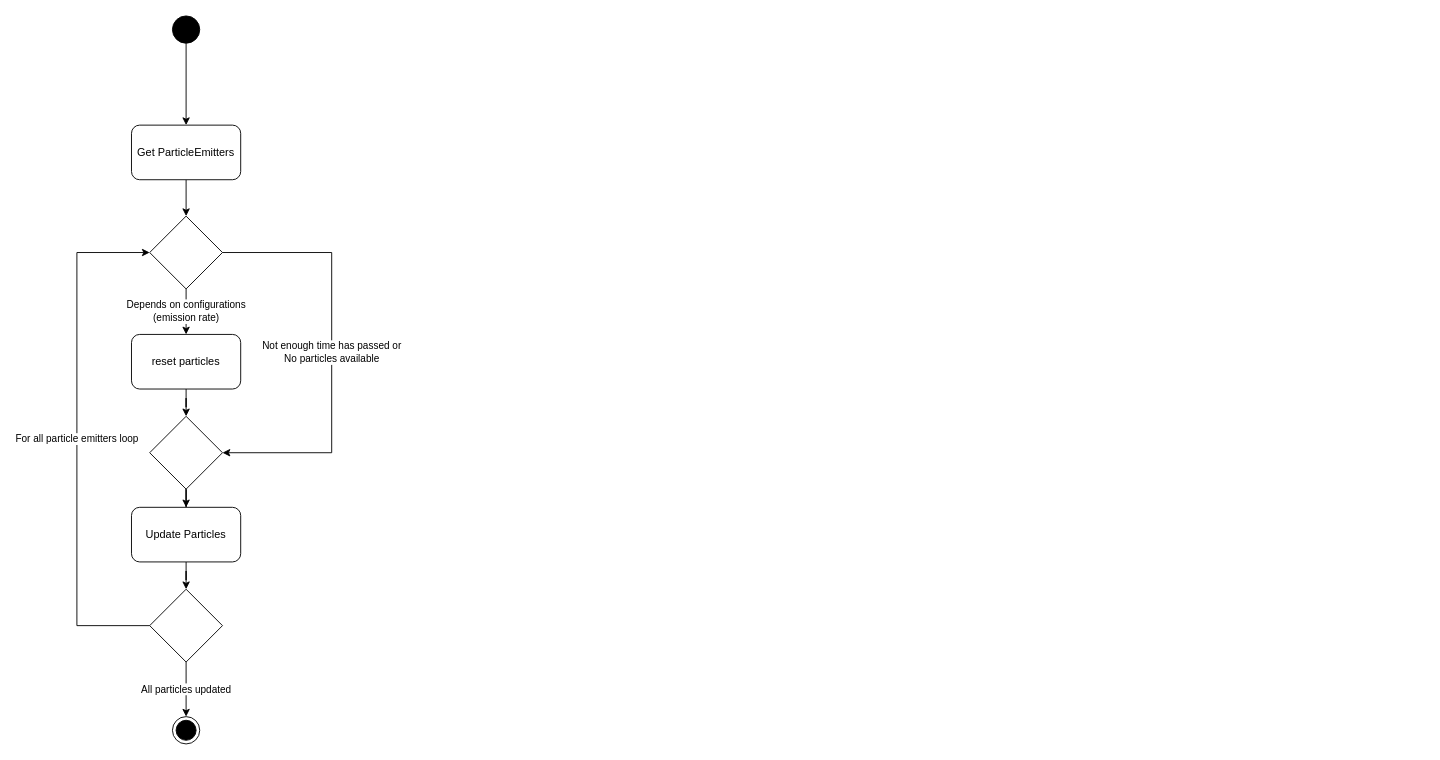
This is page "Particle System" (7 of 14) of figs.drawio from lonkaars/crepe-docs, a draw.io file, before an edit. Source tidied: cells renumbered, new cells numbered last; positions are measured from the earlier drawing's top-left corner, leaving out a move shared by most shapes. Both pictures are drawn from the tidied source at 91%, with x=0, y=0 at pixel (76, 15).
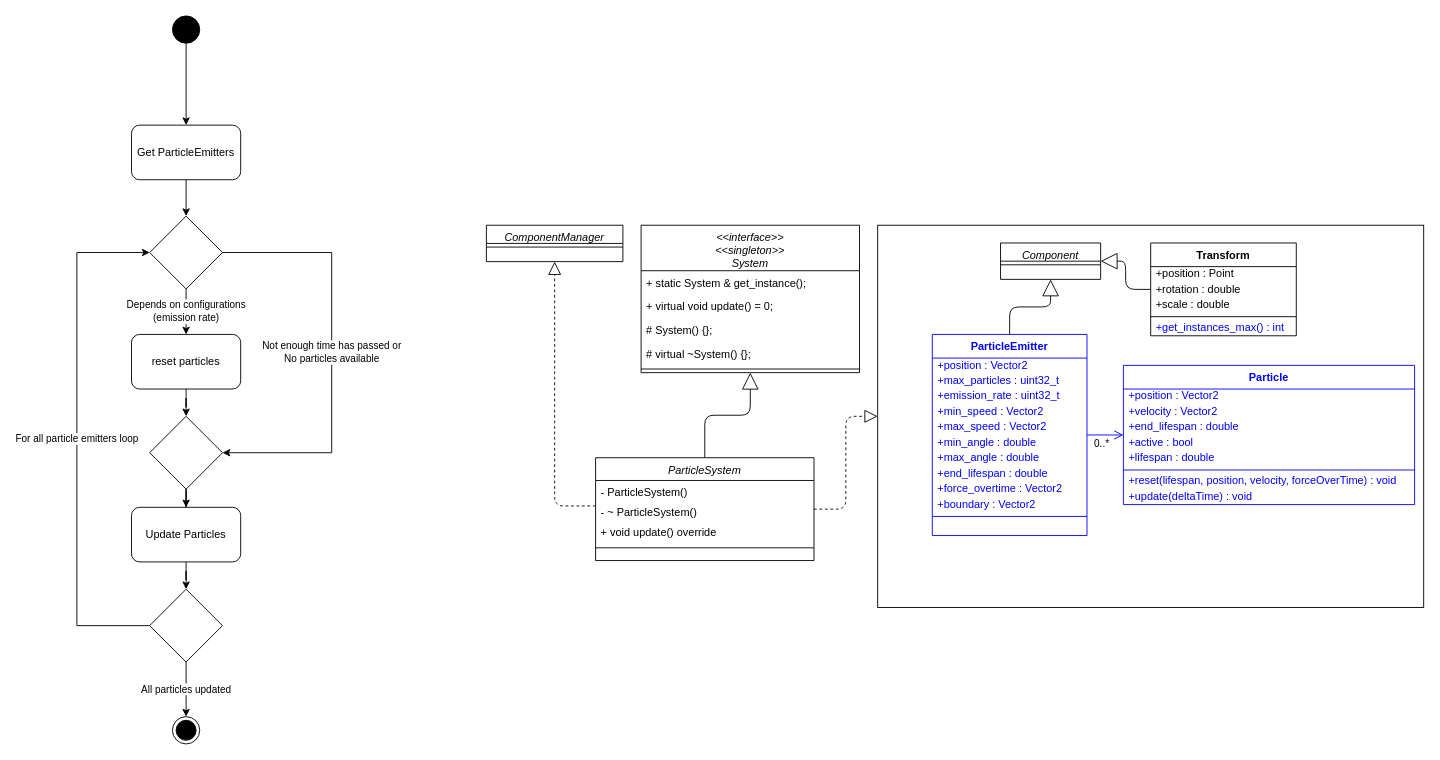
The same diagram, later.

Change to the diagram source:
```diff
@@
+    <mxCell id="19" style="rounded=0;whiteSpace=wrap;html=1;fillColor=none;" parent="1" vertex="1">
+      <mxGeometry x="880" y="230" width="600" height="420" as="geometry" />
+    </mxCell>
+    <mxCell id="20" value="ParticleSystem" style="swimlane;fontStyle=2;align=center;verticalAlign=top;horizontal=1;startSize=25;rounded=0;shadow=0;strokeWidth=1;" parent="1" vertex="1">
+      <mxGeometry x="570" y="485.5" width="240" height="113" as="geometry" />
+    </mxCell>
+    <mxCell id="21" value="- ParticleSystem()" style="text;align=left;verticalAlign=top;spacingLeft=4;spacingRight=4;overflow=hidden;" parent="20" vertex="1">
+      <mxGeometry y="25" width="240" height="22" as="geometry" />
+    </mxCell>
+    <mxCell id="22" value="- ~ ParticleSystem()" style="text;align=left;verticalAlign=top;spacingLeft=4;spacingRight=4;overflow=hidden;" parent="20" vertex="1">
+      <mxGeometry y="47" width="240" height="22" as="geometry" />
+    </mxCell>
+    <mxCell id="23" value="+ void update() override" style="text;align=left;verticalAlign=top;spacingLeft=4;spacingRight=4;overflow=hidden;rounded=0;shadow=0;html=0;" parent="20" vertex="1">
+      <mxGeometry y="69" width="240" height="26" as="geometry" />
+    </mxCell>
+    <mxCell id="24" style="line;html=1;strokeWidth=1;align=left;verticalAlign=middle;spacingTop=-1;spacingLeft=3;spacingRight=3;labelPosition=right;" parent="20" vertex="1">
+      <mxGeometry y="95" width="240" height="8" as="geometry" />
+    </mxCell>
+    <mxCell id="25" value="&lt;&lt;interface&gt;&gt;&#10;&lt;&lt;singleton&gt;&gt;&#10;System" style="swimlane;fontStyle=2;align=center;verticalAlign=top;horizontal=1;startSize=50;rounded=0;shadow=0;strokeWidth=1;" parent="1" vertex="1">
+      <mxGeometry x="620" y="230" width="240" height="162" as="geometry" />
+    </mxCell>
+    <mxCell id="26" value="+ static System &amp; get_instance();" style="text;align=left;verticalAlign=top;spacingLeft=4;spacingRight=4;overflow=hidden;rounded=0;shadow=0;html=0;" parent="25" vertex="1">
+      <mxGeometry y="50" width="240" height="26" as="geometry" />
+    </mxCell>
+    <mxCell id="27" value="+ virtual void update() = 0;&#10;" style="text;align=left;verticalAlign=top;spacingLeft=4;spacingRight=4;overflow=hidden;rounded=0;shadow=0;html=0;" parent="25" vertex="1">
+      <mxGeometry y="76" width="240" height="26" as="geometry" />
+    </mxCell>
+    <mxCell id="28" value="# System() {};&#10;" style="text;align=left;verticalAlign=top;spacingLeft=4;spacingRight=4;overflow=hidden;rounded=0;shadow=0;html=0;" parent="25" vertex="1">
+      <mxGeometry y="102" width="240" height="26" as="geometry" />
+    </mxCell>
+    <mxCell id="29" value="# virtual ~System() {};&#10;" style="text;align=left;verticalAlign=top;spacingLeft=4;spacingRight=4;overflow=hidden;rounded=0;shadow=0;html=0;" parent="25" vertex="1">
+      <mxGeometry y="128" width="240" height="26" as="geometry" />
+    </mxCell>
+    <mxCell id="30" style="line;html=1;strokeWidth=1;align=left;verticalAlign=middle;spacingTop=-1;spacingLeft=3;spacingRight=3;labelPosition=right;" parent="25" vertex="1">
+      <mxGeometry y="154" width="240" height="8" as="geometry" />
+    </mxCell>
+    <mxCell id="31" style="endArrow=block;endSize=16;endFill=0;html=1;edgeStyle=orthogonalEdgeStyle;" parent="1" edge="1" source="20" target="25">
+      <mxGeometry relative="1" as="geometry" />
+    </mxCell>
+    <mxCell id="32" value="Component" style="swimlane;fontStyle=2;align=center;verticalAlign=top;horizontal=1;startSize=20;rounded=0;shadow=0;strokeWidth=1;" parent="1" vertex="1">
+      <mxGeometry x="1015" y="249.5" width="110" height="40" as="geometry" />
+    </mxCell>
+    <mxCell id="33" style="line;html=1;strokeWidth=1;align=left;verticalAlign=middle;spacingTop=-1;spacingLeft=3;spacingRight=3;labelPosition=right;" parent="32" vertex="1">
+      <mxGeometry y="20" width="110" height="8" as="geometry" />
+    </mxCell>
+    <mxCell id="34" value="ComponentManager" style="swimlane;fontStyle=2;align=center;verticalAlign=top;horizontal=1;startSize=20;rounded=0;shadow=0;strokeWidth=1;" parent="1" vertex="1">
+      <mxGeometry x="450" y="230" width="150" height="40" as="geometry" />
+    </mxCell>
+    <mxCell id="35" style="line;html=1;strokeWidth=1;align=left;verticalAlign=middle;spacingTop=-1;spacingLeft=3;spacingRight=3;labelPosition=right;" parent="34" vertex="1">
+      <mxGeometry y="20" width="150" height="8" as="geometry" />
+    </mxCell>
+    <mxCell id="36" style="endArrow=block;dashed=1;endFill=0;endSize=12;html=1;edgeStyle=orthogonalEdgeStyle;" parent="1" edge="1" source="20" target="34">
+      <mxGeometry relative="1" as="geometry">
+        <Array as="points">
+          <mxPoint x="525" y="538.5" />
+        </Array>
+      </mxGeometry>
+    </mxCell>
+    <mxCell id="37" value="Transform" style="swimlane;fontStyle=1;align=center;verticalAlign=top;horizontal=1;startSize=26;rounded=0;shadow=0;strokeWidth=1;direction=east;" parent="1" vertex="1">
+      <mxGeometry x="1180" y="249.5" width="160" height="102" as="geometry" />
+    </mxCell>
+    <mxCell id="38" value="+position : Point" style="text;align=left;verticalAlign=bottom;spacingLeft=4;spacingRight=4;overflow=hidden;rounded=0;shadow=0;html=0;strokeWidth=1;horizontal=1;" parent="37" vertex="1">
+      <mxGeometry y="26" width="160" height="17" as="geometry" />
+    </mxCell>
+    <mxCell id="39" value="+rotation : double" style="text;align=left;verticalAlign=bottom;spacingLeft=4;spacingRight=4;overflow=hidden;rounded=0;shadow=0;html=0;strokeWidth=1;horizontal=1;" parent="37" vertex="1">
+      <mxGeometry y="43" width="160" height="17" as="geometry" />
+    </mxCell>
+    <mxCell id="40" value="+scale : double" style="text;align=left;verticalAlign=bottom;spacingLeft=4;spacingRight=4;overflow=hidden;rounded=0;shadow=0;html=0;strokeWidth=1;horizontal=1;" parent="37" vertex="1">
+      <mxGeometry y="60" width="160" height="17" as="geometry" />
+    </mxCell>
+    <mxCell id="41" style="line;html=1;strokeWidth=1;align=left;verticalAlign=middle;spacingTop=-1;spacingLeft=3;spacingRight=3;labelPosition=right;fontSize=12;perimeterSpacing=0;verticalLabelPosition=middle;" parent="37" vertex="1">
+      <mxGeometry y="77" width="160" height="8" as="geometry" />
+    </mxCell>
+    <mxCell id="42" value="+get_instances_max() : int" style="text;align=left;verticalAlign=bottom;spacingLeft=4;spacingRight=4;overflow=hidden;rounded=0;shadow=0;html=0;strokeWidth=1;horizontal=1;fontColor=#0000FF;" parent="37" vertex="1">
+      <mxGeometry y="85" width="160" height="17" as="geometry" />
+    </mxCell>
+    <mxCell id="43" style="endArrow=block;endSize=16;endFill=0;html=1;edgeStyle=orthogonalEdgeStyle;" parent="1" edge="1" source="45" target="32">
+      <mxGeometry relative="1" as="geometry" />
+    </mxCell>
+    <mxCell id="44" style="endArrow=block;dashed=1;endFill=0;endSize=12;html=1;edgeStyle=orthogonalEdgeStyle;" parent="1" edge="1" source="20" target="19">
+      <mxGeometry relative="1" as="geometry" />
+    </mxCell>
+    <mxCell id="45" value="ParticleEmitter" style="swimlane;fontStyle=1;align=center;verticalAlign=top;horizontal=1;startSize=26;rounded=0;shadow=0;strokeWidth=1;direction=east;strokeColor=#0000FF;fontColor=#0000FF;" parent="1" vertex="1">
+      <mxGeometry x="940" y="350" width="170" height="221" as="geometry" />
+    </mxCell>
+    <mxCell id="46" value="+position : Vector2" style="text;align=left;verticalAlign=bottom;spacingLeft=4;spacingRight=4;overflow=hidden;rounded=0;shadow=0;html=0;strokeWidth=1;horizontal=1;fontColor=#0000FF;" parent="45" vertex="1">
+      <mxGeometry y="26" width="170" height="17" as="geometry" />
+    </mxCell>
+    <mxCell id="47" value="+max_particles : uint32_t" style="text;align=left;verticalAlign=bottom;spacingLeft=4;spacingRight=4;overflow=hidden;rounded=0;shadow=0;html=0;strokeWidth=1;horizontal=1;fontColor=#0000FF;" parent="45" vertex="1">
+      <mxGeometry y="43" width="170" height="17" as="geometry" />
+    </mxCell>
+    <mxCell id="48" value="+emission_rate : uint32_t" style="text;align=left;verticalAlign=bottom;spacingLeft=4;spacingRight=4;overflow=hidden;rounded=0;shadow=0;html=0;strokeWidth=1;horizontal=1;fontColor=#0000FF;" parent="45" vertex="1">
+      <mxGeometry y="60" width="170" height="17" as="geometry" />
+    </mxCell>
+    <mxCell id="49" value="+min_speed : Vector2" style="text;align=left;verticalAlign=bottom;spacingLeft=4;spacingRight=4;overflow=hidden;rounded=0;shadow=0;html=0;strokeWidth=1;horizontal=1;fontColor=#0000FF;" parent="45" vertex="1">
+      <mxGeometry y="77" width="170" height="17" as="geometry" />
+    </mxCell>
+    <mxCell id="50" value="+max_speed : Vector2" style="text;align=left;verticalAlign=bottom;spacingLeft=4;spacingRight=4;overflow=hidden;rounded=0;shadow=0;html=0;strokeWidth=1;horizontal=1;fontColor=#0000FF;" parent="45" vertex="1">
+      <mxGeometry y="94" width="170" height="17" as="geometry" />
+    </mxCell>
+    <mxCell id="51" value="+min_angle : double" style="text;align=left;verticalAlign=bottom;spacingLeft=4;spacingRight=4;overflow=hidden;rounded=0;shadow=0;html=0;strokeWidth=1;horizontal=1;fontColor=#0000FF;" parent="45" vertex="1">
+      <mxGeometry y="111" width="170" height="17" as="geometry" />
+    </mxCell>
+    <mxCell id="52" value="+max_angle : double" style="text;align=left;verticalAlign=bottom;spacingLeft=4;spacingRight=4;overflow=hidden;rounded=0;shadow=0;html=0;strokeWidth=1;horizontal=1;fontColor=#0000FF;" parent="45" vertex="1">
+      <mxGeometry y="128" width="170" height="17" as="geometry" />
+    </mxCell>
+    <mxCell id="53" value="+end_lifespan : double" style="text;align=left;verticalAlign=bottom;spacingLeft=4;spacingRight=4;overflow=hidden;rounded=0;shadow=0;html=0;strokeWidth=1;horizontal=1;fontColor=#0000FF;" parent="45" vertex="1">
+      <mxGeometry y="145" width="170" height="17" as="geometry" />
+    </mxCell>
+    <mxCell id="54" value="+force_overtime : Vector2" style="text;align=left;verticalAlign=bottom;spacingLeft=4;spacingRight=4;overflow=hidden;rounded=0;shadow=0;html=0;strokeWidth=1;horizontal=1;fontColor=#0000FF;" parent="45" vertex="1">
+      <mxGeometry y="162" width="170" height="17" as="geometry" />
+    </mxCell>
+    <mxCell id="55" value="+boundary : Vector2" style="text;align=left;verticalAlign=bottom;spacingLeft=4;spacingRight=4;overflow=hidden;rounded=0;shadow=0;html=0;strokeWidth=1;horizontal=1;fontColor=#0000FF;" parent="45" vertex="1">
+      <mxGeometry y="179" width="170" height="17" as="geometry" />
+    </mxCell>
+    <mxCell id="56" style="line;html=1;strokeWidth=1;align=left;verticalAlign=middle;spacingTop=-1;spacingLeft=3;spacingRight=3;labelPosition=right;fontSize=12;perimeterSpacing=0;verticalLabelPosition=middle;fontColor=#0000FF;strokeColor=#0000FF;" parent="45" vertex="1">
+      <mxGeometry y="196" width="170" height="8" as="geometry" />
+    </mxCell>
+    <mxCell id="57" style="text;align=left;verticalAlign=bottom;spacingLeft=4;spacingRight=4;overflow=hidden;rounded=0;shadow=0;html=0;strokeWidth=1;horizontal=1;fontColor=#000000;" parent="45" vertex="1">
+      <mxGeometry y="204" width="170" height="17" as="geometry" />
+    </mxCell>
+    <mxCell id="58" value="Particle" style="swimlane;fontStyle=1;align=center;verticalAlign=top;horizontal=1;startSize=26;rounded=0;shadow=0;strokeWidth=1;direction=east;strokeColor=#0000FF;fontColor=#0000FF;" parent="1" vertex="1">
+      <mxGeometry x="1150" y="384" width="320" height="153" as="geometry" />
+    </mxCell>
+    <mxCell id="59" value="+position : Vector2" style="text;align=left;verticalAlign=bottom;spacingLeft=4;spacingRight=4;overflow=hidden;rounded=0;shadow=0;html=0;strokeWidth=1;horizontal=1;fontColor=#0000FF;" parent="58" vertex="1">
+      <mxGeometry y="26" width="320" height="17" as="geometry" />
+    </mxCell>
+    <mxCell id="60" value="+velocity : Vector2" style="text;align=left;verticalAlign=bottom;spacingLeft=4;spacingRight=4;overflow=hidden;rounded=0;shadow=0;html=0;strokeWidth=1;horizontal=1;fontColor=#0000FF;" parent="58" vertex="1">
+      <mxGeometry y="43" width="320" height="17" as="geometry" />
+    </mxCell>
+    <mxCell id="61" value="+end_lifespan : double" style="text;align=left;verticalAlign=bottom;spacingLeft=4;spacingRight=4;overflow=hidden;rounded=0;shadow=0;html=0;strokeWidth=1;horizontal=1;fontColor=#0000FF;" parent="58" vertex="1">
+      <mxGeometry y="60" width="320" height="17" as="geometry" />
+    </mxCell>
+    <mxCell id="62" value="+active : bool" style="text;align=left;verticalAlign=bottom;spacingLeft=4;spacingRight=4;overflow=hidden;rounded=0;shadow=0;html=0;strokeWidth=1;horizontal=1;fontColor=#0000FF;" parent="58" vertex="1">
+      <mxGeometry y="77" width="320" height="17" as="geometry" />
+    </mxCell>
+    <mxCell id="63" value="+lifespan : double" style="text;align=left;verticalAlign=bottom;spacingLeft=4;spacingRight=4;overflow=hidden;rounded=0;shadow=0;html=0;strokeWidth=1;horizontal=1;fontColor=#0000FF;" parent="58" vertex="1">
+      <mxGeometry y="94" width="320" height="17" as="geometry" />
+    </mxCell>
+    <mxCell id="64" style="line;html=1;strokeWidth=1;align=left;verticalAlign=middle;spacingTop=-1;spacingLeft=3;spacingRight=3;labelPosition=right;fontSize=12;perimeterSpacing=0;verticalLabelPosition=middle;fontColor=#0000FF;strokeColor=#0000FF;" parent="58" vertex="1">
+      <mxGeometry y="111" width="320" height="8" as="geometry" />
+    </mxCell>
+    <mxCell id="65" value="+reset(lifespan, position, velocity, forceOverTime) : void" style="text;align=left;verticalAlign=bottom;spacingLeft=4;spacingRight=4;overflow=hidden;rounded=0;shadow=0;html=0;strokeWidth=1;horizontal=1;fontColor=#0000FF;" parent="58" vertex="1">
+      <mxGeometry y="119" width="320" height="17" as="geometry" />
+    </mxCell>
+    <mxCell id="66" value="+update(deltaTime) : void" style="text;align=left;verticalAlign=bottom;spacingLeft=4;spacingRight=4;overflow=hidden;rounded=0;shadow=0;html=0;strokeWidth=1;horizontal=1;fontColor=#0000FF;" parent="58" vertex="1">
+      <mxGeometry y="136" width="320" height="17" as="geometry" />
+    </mxCell>
+    <mxCell id="67" style="endArrow=block;endSize=16;endFill=0;html=1;edgeStyle=orthogonalEdgeStyle;" parent="1" edge="1" source="37" target="32">
+      <mxGeometry relative="1" as="geometry" />
+    </mxCell>
+    <mxCell id="68" style="endArrow=open;html=1;rounded=0;endFill=0;endSize=8;fontColor=#0000ff;labelBackgroundColor=#0000ff;strokeColor=#0000FF;edgeStyle=orthogonalEdgeStyle;" parent="1" edge="1" source="45" target="58">
+      <mxGeometry relative="1" as="geometry" />
+    </mxCell>
+    <mxCell id="69" value="0..*" style="edgeLabel;html=1;align=center;verticalAlign=middle;fontColor=#000000;" parent="68" vertex="1">
+      <mxGeometry x="0.62" y="-1" relative="1" as="geometry">
+        <mxPoint x="-17" y="8" as="offset" />
+      </mxGeometry>
+    </mxCell>
```
